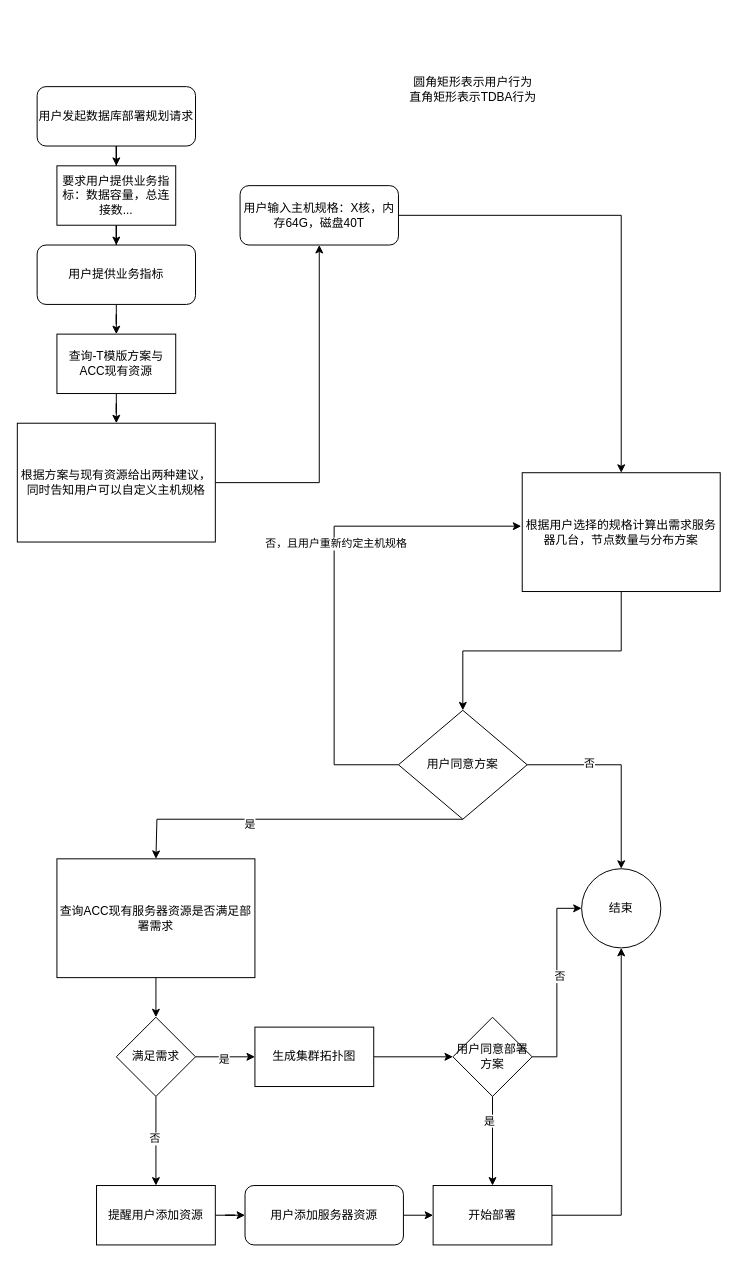
The draw.io diagram tdba-deploy-flowchart.drawio in tryantdb/repo_for_drawio, before the edit. Source tidied: cells renumbered, new cells numbered last; positions are measured from the earlier drawing's top-left corner, leaving out a move shared by most shapes. Both pictures are drawn from the tidied source at 99%, with x=0, y=0 at pixel (17, 69).
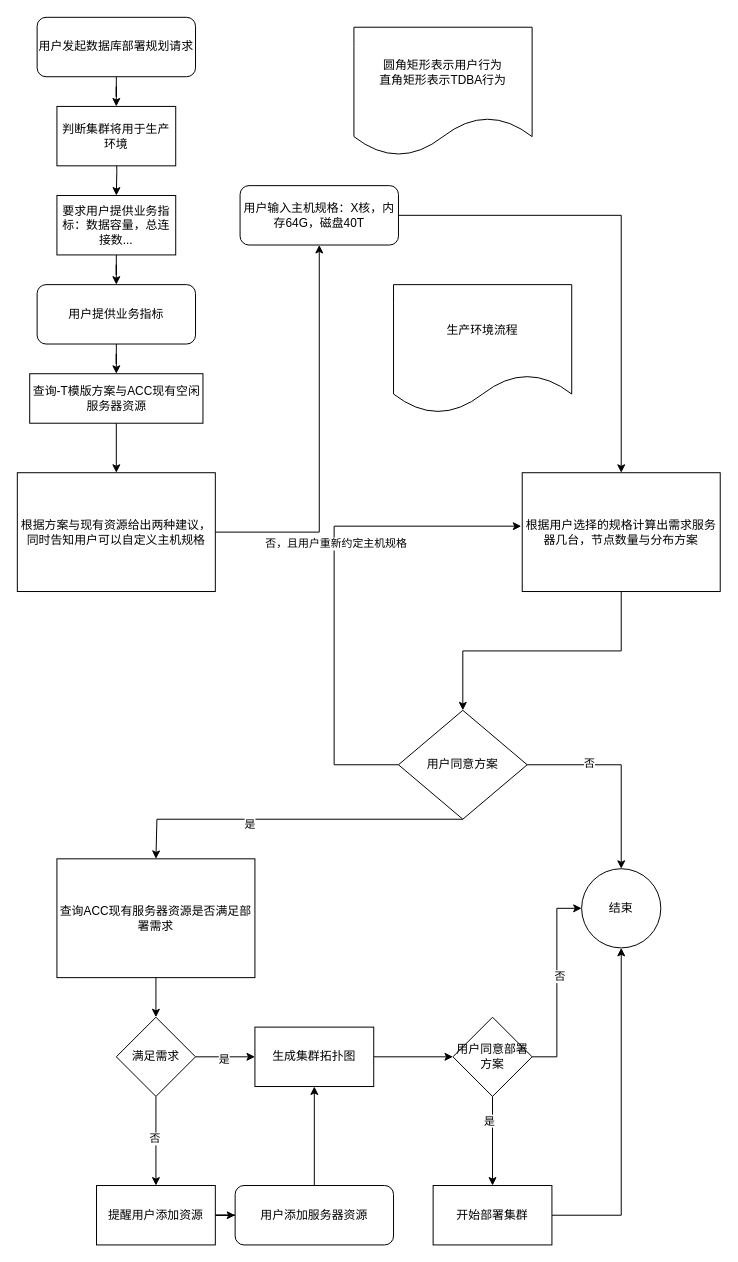
After the change.

The change refers to these unchanged cells:
```xml
<mxCell id="33" value="生成集群拓扑图" style="whiteSpace=wrap;html=1;rounded=0;" parent="1" vertex="1">
  <mxGeometry x="240" y="967" width="120" height="60" as="geometry" />
</mxCell>
```

What changed in the source:
```diff
@@
-    <mxCell id="2" style="edgeStyle=orthogonalEdgeStyle;rounded=0;jettySize=auto;html=1;" parent="1" edge="1" source="3" target="5">
-      <mxGeometry relative="1" as="geometry" />
+    <mxCell id="2" style="edgeStyle=orthogonalEdgeStyle;rounded=0;jettySize=auto;html=1;" parent="1" edge="1" target="5">
+      <mxGeometry relative="1" as="geometry">
+        <mxPoint x="100" y="77" as="sourcePoint" />
+      </mxGeometry>
     </mxCell>
-    <mxCell id="3" value="用户发起数据库部署规划请求" style="rounded=1;whiteSpace=wrap;html=1;" parent="1" vertex="1">
-      <mxGeometry x="20" y="17" width="160" height="60" as="geometry" />
-    </mxCell>
@@
     <mxCell id="5" value="要求用户提供业务指标：数据容量，总连接数..." style="rounded=0;whiteSpace=wrap;html=1;" parent="1" vertex="1">
-      <mxGeometry x="40" y="97" width="120" height="60" as="geometry" />
+      <mxGeometry x="40" y="127" width="120" height="60" as="geometry" />
     </mxCell>
-    <mxCell id="6" value="圆角矩形表示用户行为&lt;div&gt;直角矩形表示TDBA行为&lt;/div&gt;" style="text;html=1;align=center;verticalAlign=middle;strokeColor=none;fillColor=none;" parent="1" vertex="1">
-      <mxGeometry x="385" width="150" height="40" as="geometry" />
-    </mxCell>
@@
     <mxCell id="8" value="用户提供业务指标" style="rounded=1;whiteSpace=wrap;html=1;" parent="1" vertex="1">
-      <mxGeometry x="20" y="177" width="160" height="60" as="geometry" />
+      <mxGeometry x="20" y="217" width="160" height="60" as="geometry" />
     </mxCell>
@@
-    <mxCell id="10" value="查询-T模版方案与ACC现有资源" style="rounded=0;whiteSpace=wrap;html=1;" parent="1" vertex="1">
-      <mxGeometry x="40" y="267" width="120" height="60" as="geometry" />
+    <mxCell id="10" value="查询-T模版方案与ACC现有空闲服务器资源" style="rounded=0;whiteSpace=wrap;html=1;" parent="1" vertex="1">
+      <mxGeometry x="12.5" y="307" width="175" height="50" as="geometry" />
     </mxCell>
@@
     <mxCell id="12" value="根据方案与现有资源给出两种建议，同时告知用户可以自定义主机规格" style="whiteSpace=wrap;html=1;rounded=0;" parent="1" vertex="1">
-      <mxGeometry y="357" width="200" height="120" as="geometry" />
+      <mxGeometry y="407" width="200" height="120" as="geometry" />
     </mxCell>
@@
-    <mxCell id="42" value="开始部署" style="whiteSpace=wrap;html=1;rounded=0;" parent="1" vertex="1">
+    <mxCell id="42" value="开始部署集群" style="whiteSpace=wrap;html=1;rounded=0;" parent="1" vertex="1">
       <mxGeometry x="420" y="1127" width="120" height="60" as="geometry" />
     </mxCell>
-    <mxCell id="43" style="edgeStyle=orthogonalEdgeStyle;rounded=0;jettySize=auto;html=1;exitX=1;exitY=0.5;exitDx=0;exitDy=0;entryX=0;entryY=0.5;entryDx=0;entryDy=0;" parent="1" edge="1" source="44" target="42">
-      <mxGeometry relative="1" as="geometry" />
-    </mxCell>
+    <mxCell id="45" style="edgeStyle=orthogonalEdgeStyle;rounded=0;jettySize=auto;html=1;exitX=0.5;exitY=0;exitDx=0;exitDy=0;entryX=0.5;entryY=1;entryDx=0;entryDy=0;" parent="1" edge="1" source="44" target="33">
+      <mxGeometry relative="1" as="geometry" />
+    </mxCell>
     <mxCell id="44" value="用户添加服务器资源" style="rounded=1;whiteSpace=wrap;html=1;" parent="1" vertex="1">
-      <mxGeometry x="230" y="1127" width="160" height="60" as="geometry" />
+      <mxGeometry x="220" y="1127" width="160" height="60" as="geometry" />
     </mxCell>
+    <mxCell id="6" value="&lt;span style=&quot;text-wrap: nowrap;&quot;&gt;圆角矩形表示用户行为&lt;/span&gt;&lt;div style=&quot;text-wrap: nowrap;&quot;&gt;直角矩形表示TDBA行为&lt;/div&gt;" style="shape=document;whiteSpace=wrap;html=1;boundedLbl=1;" parent="1" vertex="1">
+      <mxGeometry x="340" y="-43" width="180" height="130" as="geometry" />
+    </mxCell>
+    <mxCell id="46" style="edgeStyle=orthogonalEdgeStyle;rounded=0;jettySize=auto;html=1;" parent="1" edge="1" source="3" target="47">
+      <mxGeometry relative="1" as="geometry" />
+    </mxCell>
+    <mxCell id="3" value="用户发起数据库部署规划请求" style="rounded=1;whiteSpace=wrap;html=1;" parent="1" vertex="1">
+      <mxGeometry x="20" y="-53" width="160" height="60" as="geometry" />
+    </mxCell>
+    <mxCell id="47" value="判断集群将用于生产环境" style="rounded=0;whiteSpace=wrap;html=1;" parent="1" vertex="1">
+      <mxGeometry x="40" y="37" width="120" height="60" as="geometry" />
+    </mxCell>
+    <mxCell id="48" value="&lt;span style=&quot;text-wrap: nowrap;&quot;&gt;生产环境流程&lt;/span&gt;" style="shape=document;whiteSpace=wrap;html=1;boundedLbl=1;" parent="1" vertex="1">
+      <mxGeometry x="380" y="217" width="180" height="130" as="geometry" />
+    </mxCell>
```
